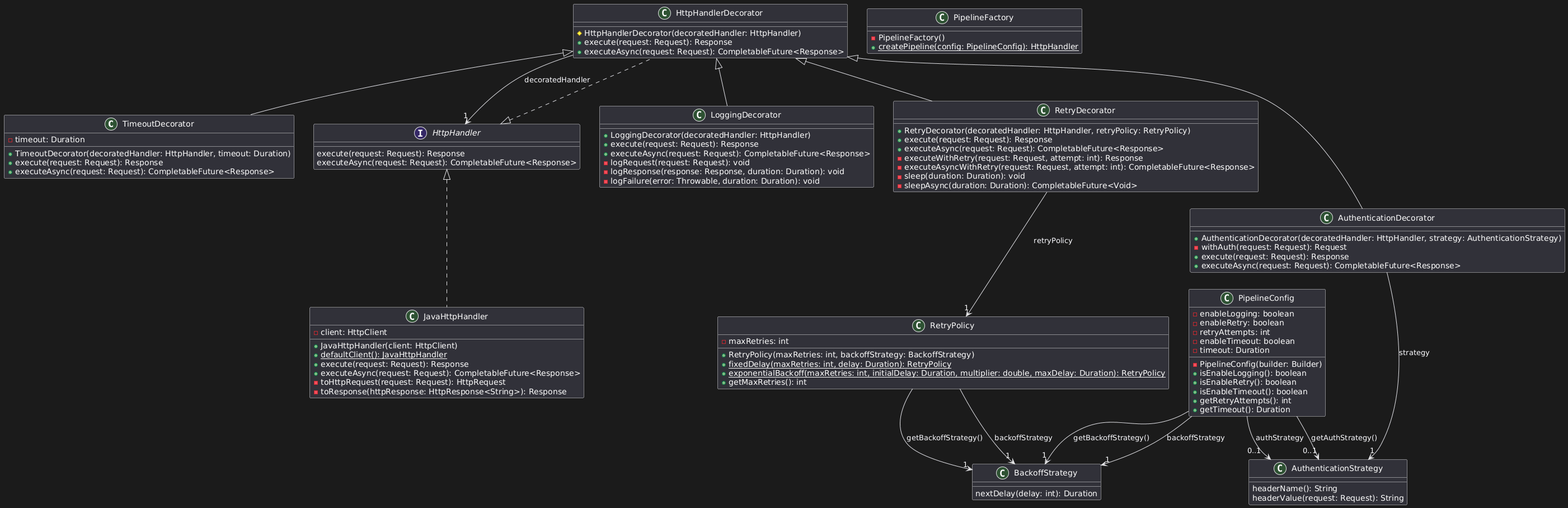
Earlier version of the PlantUML export DesignPatterns/src/structural/decorator/httpPipeline/Resources/HttpPipeline.png (MatthewBaggethun/Design-Patterns). Its diagram source:
```plantuml
@startuml
class TimeoutDecorator [[java:structural.decorator.httpPipeline.Decorators.TimeoutDecorator]] {
	-timeout: Duration
	+TimeoutDecorator(decoratedHandler: HttpHandler, timeout: Duration)
	+execute(request: Request): Response
	+executeAsync(request: Request): CompletableFuture<Response>
}
class HttpHandlerDecorator {
}
HttpHandlerDecorator <|-- TimeoutDecorator
class JavaHttpHandler [[java:structural.decorator.httpPipeline.HttpHandler.JavaHttpHandler]] {
	-client: HttpClient
	+JavaHttpHandler(client: HttpClient)
	+{static} defaultClient(): JavaHttpHandler
	+execute(request: Request): Response
	+executeAsync(request: Request): CompletableFuture<Response>
	-toHttpRequest(request: Request): HttpRequest
	-toResponse(httpResponse: HttpResponse<String>): Response
}
interface HttpHandler {
}
HttpHandler <|.. JavaHttpHandler
interface AuthenticationStrategy [[java:structural.decorator.httpPipeline.Strategy.Auth.AuthenticationStrategy]] {
	headerName(): String
	headerValue(request: Request): String
}
interface HttpHandler [[java:structural.decorator.httpPipeline.HttpHandler.HttpHandler]] {
	execute(request: Request): Response
	executeAsync(request: Request): CompletableFuture<Response>
}
class PipelineConfig [[java:structural.decorator.httpPipeline.Factory.PipelineConfig]] {
	-enableLogging: boolean
	-enableRetry: boolean
	-retryAttempts: int
	-enableTimeout: boolean
	-timeout: Duration
	-PipelineConfig(builder: Builder)
	+isEnableLogging(): boolean
	+isEnableRetry(): boolean
	+isEnableTimeout(): boolean
	+getRetryAttempts(): int
	+getTimeout(): Duration
}
class BackoffStrategy {
}
PipelineConfig --> "1" BackoffStrategy : backoffStrategy
class AuthenticationStrategy {
}
PipelineConfig --> "0..1" AuthenticationStrategy : authStrategy
class BackoffStrategy {
}
PipelineConfig --> "1" BackoffStrategy : getBackoffStrategy()
class AuthenticationStrategy {
}
PipelineConfig --> "0..1" AuthenticationStrategy : getAuthStrategy()
class LoggingDecorator [[java:structural.decorator.httpPipeline.Decorators.LoggingDecorator]] {
	+LoggingDecorator(decoratedHandler: HttpHandler)
	+execute(request: Request): Response
	+executeAsync(request: Request): CompletableFuture<Response>
	-logRequest(request: Request): void
	-logResponse(response: Response, duration: Duration): void
	-logFailure(error: Throwable, duration: Duration): void
}
class HttpHandlerDecorator {
}
HttpHandlerDecorator <|-- LoggingDecorator
class PipelineFactory [[java:structural.decorator.httpPipeline.Factory.PipelineFactory]] {
	-PipelineFactory()
	+{static} createPipeline(config: PipelineConfig): HttpHandler
}
interface BackoffStrategy [[java:structural.decorator.httpPipeline.Strategy.Retry.BackoffStrategy]] {
	nextDelay(delay: int): Duration
}
class RetryPolicy [[java:structural.decorator.httpPipeline.Strategy.Retry.RetryPolicy]] {
	-maxRetries: int
	+RetryPolicy(maxRetries: int, backoffStrategy: BackoffStrategy)
	+{static} fixedDelay(maxRetries: int, delay: Duration): RetryPolicy
	+{static} exponentialBackoff(maxRetries: int, initialDelay: Duration, multiplier: double, maxDelay: Duration): RetryPolicy
	+getMaxRetries(): int
}
class BackoffStrategy {
}
RetryPolicy --> "1" BackoffStrategy : backoffStrategy
class BackoffStrategy {
}
RetryPolicy --> "1" BackoffStrategy : getBackoffStrategy()
abstract class HttpHandlerDecorator [[java:structural.decorator.httpPipeline.HttpHandler.HttpHandlerDecorator]] {
	#HttpHandlerDecorator(decoratedHandler: HttpHandler)
	+execute(request: Request): Response
	+executeAsync(request: Request): CompletableFuture<Response>
}
class HttpHandler {
}
HttpHandlerDecorator --> "1" HttpHandler : decoratedHandler
interface HttpHandler {
}
HttpHandler <|.. HttpHandlerDecorator
class AuthenticationDecorator [[java:structural.decorator.httpPipeline.Decorators.AuthenticationDecorator]] {
	+AuthenticationDecorator(decoratedHandler: HttpHandler, strategy: AuthenticationStrategy)
	-withAuth(request: Request): Request
	+execute(request: Request): Response
	+executeAsync(request: Request): CompletableFuture<Response>
}
class AuthenticationStrategy {
}
AuthenticationDecorator --> "1" AuthenticationStrategy : strategy
class HttpHandlerDecorator {
}
HttpHandlerDecorator <|-- AuthenticationDecorator
class RetryDecorator [[java:structural.decorator.httpPipeline.Decorators.RetryDecorator]] {
	+RetryDecorator(decoratedHandler: HttpHandler, retryPolicy: RetryPolicy)
	+execute(request: Request): Response
	+executeAsync(request: Request): CompletableFuture<Response>
	-executeWithRetry(request: Request, attempt: int): Response
	-executeAsyncWithRetry(request: Request, attempt: int): CompletableFuture<Response>
	-sleep(duration: Duration): void
	-sleepAsync(duration: Duration): CompletableFuture<Void>
}
class RetryPolicy {
}
RetryDecorator --> "1" RetryPolicy : retryPolicy
class HttpHandlerDecorator {
}
HttpHandlerDecorator <|-- RetryDecorator
@enduml
```
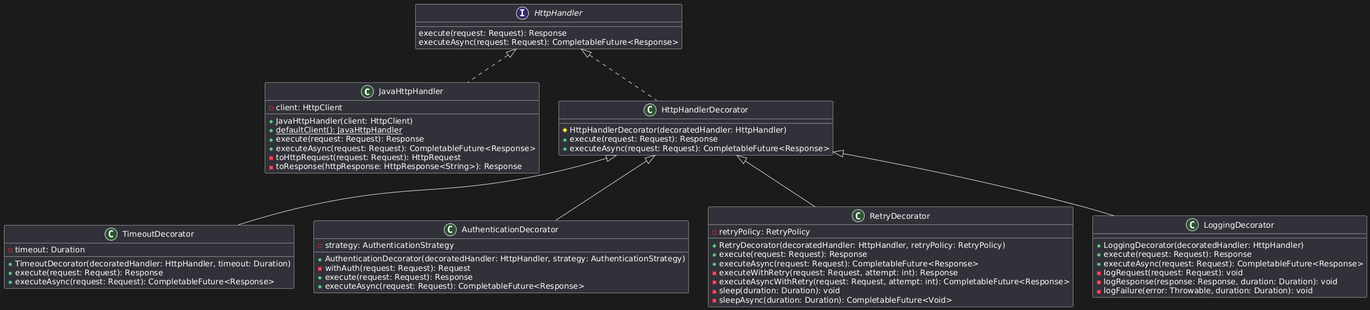
Above is the later version.

Commit message:
Pipeline readme updated with improved UML documentation.

Change to the diagram source:
```diff
@@ -1,13 +1,4 @@
 @startuml
-class TimeoutDecorator [[java:structural.decorator.httpPipeline.Decorators.TimeoutDecorator]] {
-	-timeout: Duration
-	+TimeoutDecorator(decoratedHandler: HttpHandler, timeout: Duration)
-	+execute(request: Request): Response
-	+executeAsync(request: Request): CompletableFuture<Response>
-}
-class HttpHandlerDecorator {
-}
-HttpHandlerDecorator <|-- TimeoutDecorator
 class JavaHttpHandler [[java:structural.decorator.httpPipeline.HttpHandler.JavaHttpHandler]] {
 	-client: HttpClient
 	+JavaHttpHandler(client: HttpClient)
@@ -20,39 +11,50 @@
 interface HttpHandler {
 }
 HttpHandler <|.. JavaHttpHandler
-interface AuthenticationStrategy [[java:structural.decorator.httpPipeline.Strategy.Auth.AuthenticationStrategy]] {
-	headerName(): String
-	headerValue(request: Request): String
+class TimeoutDecorator [[java:structural.decorator.httpPipeline.Decorators.TimeoutDecorator]] {
+	-timeout: Duration
+	+TimeoutDecorator(decoratedHandler: HttpHandler, timeout: Duration)
+	+execute(request: Request): Response
+	+executeAsync(request: Request): CompletableFuture<Response>
 }
+class HttpHandlerDecorator {
+}
+HttpHandlerDecorator <|-- TimeoutDecorator
+class AuthenticationDecorator [[java:structural.decorator.httpPipeline.Decorators.AuthenticationDecorator]] {
+	-strategy: AuthenticationStrategy
+	+AuthenticationDecorator(decoratedHandler: HttpHandler, strategy: AuthenticationStrategy)
+	-withAuth(request: Request): Request
+	+execute(request: Request): Response
+	+executeAsync(request: Request): CompletableFuture<Response>
+}
+class HttpHandlerDecorator {
+}
+HttpHandlerDecorator <|-- AuthenticationDecorator
+class RetryDecorator [[java:structural.decorator.httpPipeline.Decorators.RetryDecorator]] {
+	-retryPolicy: RetryPolicy
+	+RetryDecorator(decoratedHandler: HttpHandler, retryPolicy: RetryPolicy)
+	+execute(request: Request): Response
+	+executeAsync(request: Request): CompletableFuture<Response>
+	-executeWithRetry(request: Request, attempt: int): Response
+	-executeAsyncWithRetry(request: Request, attempt: int): CompletableFuture<Response>
+	-sleep(duration: Duration): void
+	-sleepAsync(duration: Duration): CompletableFuture<Void>
+}
+class HttpHandlerDecorator {
+}
+HttpHandlerDecorator <|-- RetryDecorator
+abstract class HttpHandlerDecorator [[java:structural.decorator.httpPipeline.HttpHandler.HttpHandlerDecorator]] {
+	#HttpHandlerDecorator(decoratedHandler: HttpHandler)
+	+execute(request: Request): Response
+	+executeAsync(request: Request): CompletableFuture<Response>
+}
+interface HttpHandler {
+}
+HttpHandler <|.. HttpHandlerDecorator
 interface HttpHandler [[java:structural.decorator.httpPipeline.HttpHandler.HttpHandler]] {
 	execute(request: Request): Response
 	executeAsync(request: Request): CompletableFuture<Response>
 }
-class PipelineConfig [[java:structural.decorator.httpPipeline.Factory.PipelineConfig]] {
-	-enableLogging: boolean
-	-enableRetry: boolean
-	-retryAttempts: int
-	-enableTimeout: boolean
-	-timeout: Duration
-	-PipelineConfig(builder: Builder)
-	+isEnableLogging(): boolean
-	+isEnableRetry(): boolean
-	+isEnableTimeout(): boolean
-	+getRetryAttempts(): int
-	+getTimeout(): Duration
-}
-class BackoffStrategy {
-}
-PipelineConfig --> "1" BackoffStrategy : backoffStrategy
-class AuthenticationStrategy {
-}
-PipelineConfig --> "0..1" AuthenticationStrategy : authStrategy
-class BackoffStrategy {
-}
-PipelineConfig --> "1" BackoffStrategy : getBackoffStrategy()
-class AuthenticationStrategy {
-}
-PipelineConfig --> "0..1" AuthenticationStrategy : getAuthStrategy()
 class LoggingDecorator [[java:structural.decorator.httpPipeline.Decorators.LoggingDecorator]] {
 	+LoggingDecorator(decoratedHandler: HttpHandler)
 	+execute(request: Request): Response
@@ -64,62 +66,4 @@
 class HttpHandlerDecorator {
 }
 HttpHandlerDecorator <|-- LoggingDecorator
-class PipelineFactory [[java:structural.decorator.httpPipeline.Factory.PipelineFactory]] {
-	-PipelineFactory()
-	+{static} createPipeline(config: PipelineConfig): HttpHandler
-}
-interface BackoffStrategy [[java:structural.decorator.httpPipeline.Strategy.Retry.BackoffStrategy]] {
-	nextDelay(delay: int): Duration
-}
-class RetryPolicy [[java:structural.decorator.httpPipeline.Strategy.Retry.RetryPolicy]] {
-	-maxRetries: int
-	+RetryPolicy(maxRetries: int, backoffStrategy: BackoffStrategy)
-	+{static} fixedDelay(maxRetries: int, delay: Duration): RetryPolicy
-	+{static} exponentialBackoff(maxRetries: int, initialDelay: Duration, multiplier: double, maxDelay: Duration): RetryPolicy
-	+getMaxRetries(): int
-}
-class BackoffStrategy {
-}
-RetryPolicy --> "1" BackoffStrategy : backoffStrategy
-class BackoffStrategy {
-}
-RetryPolicy --> "1" BackoffStrategy : getBackoffStrategy()
-abstract class HttpHandlerDecorator [[java:structural.decorator.httpPipeline.HttpHandler.HttpHandlerDecorator]] {
-	#HttpHandlerDecorator(decoratedHandler: HttpHandler)
-	+execute(request: Request): Response
-	+executeAsync(request: Request): CompletableFuture<Response>
-}
-class HttpHandler {
-}
-HttpHandlerDecorator --> "1" HttpHandler : decoratedHandler
-interface HttpHandler {
-}
-HttpHandler <|.. HttpHandlerDecorator
-class AuthenticationDecorator [[java:structural.decorator.httpPipeline.Decorators.AuthenticationDecorator]] {
-	+AuthenticationDecorator(decoratedHandler: HttpHandler, strategy: AuthenticationStrategy)
-	-withAuth(request: Request): Request
-	+execute(request: Request): Response
-	+executeAsync(request: Request): CompletableFuture<Response>
-}
-class AuthenticationStrategy {
-}
-AuthenticationDecorator --> "1" AuthenticationStrategy : strategy
-class HttpHandlerDecorator {
-}
-HttpHandlerDecorator <|-- AuthenticationDecorator
-class RetryDecorator [[java:structural.decorator.httpPipeline.Decorators.RetryDecorator]] {
-	+RetryDecorator(decoratedHandler: HttpHandler, retryPolicy: RetryPolicy)
-	+execute(request: Request): Response
-	+executeAsync(request: Request): CompletableFuture<Response>
-	-executeWithRetry(request: Request, attempt: int): Response
-	-executeAsyncWithRetry(request: Request, attempt: int): CompletableFuture<Response>
-	-sleep(duration: Duration): void
-	-sleepAsync(duration: Duration): CompletableFuture<Void>
-}
-class RetryPolicy {
-}
-RetryDecorator --> "1" RetryPolicy : retryPolicy
-class HttpHandlerDecorator {
-}
-HttpHandlerDecorator <|-- RetryDecorator
 @enduml
```
